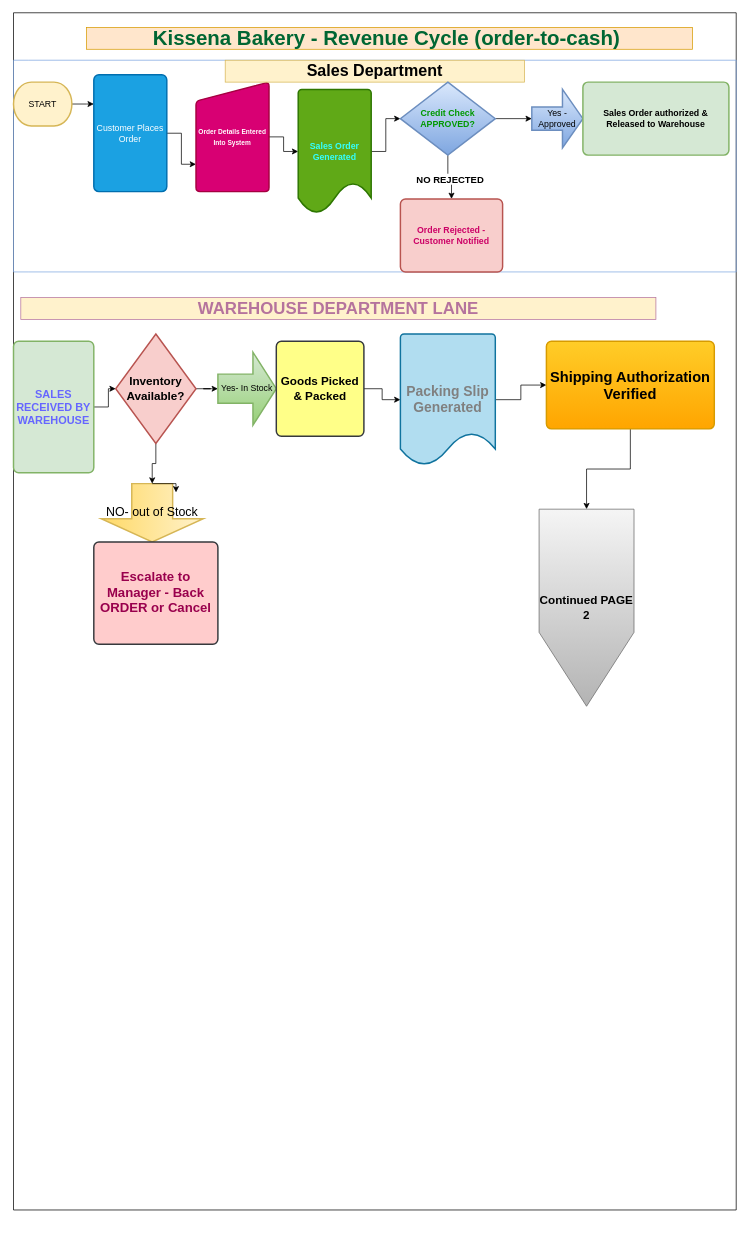
The draw.io diagram page "Page-1" (1 of 2) of Revenue_Cycle_Controls.drawio in KevalQueensCollege/drawio, before the edit. Source tidied: cells renumbered, new cells numbered last; positions are measured from the earlier drawing's top-left corner, leaving out a move shared by most shapes. Both pictures are drawn from the tidied source at 73%, with x=0, y=0 at pixel (13, 12).
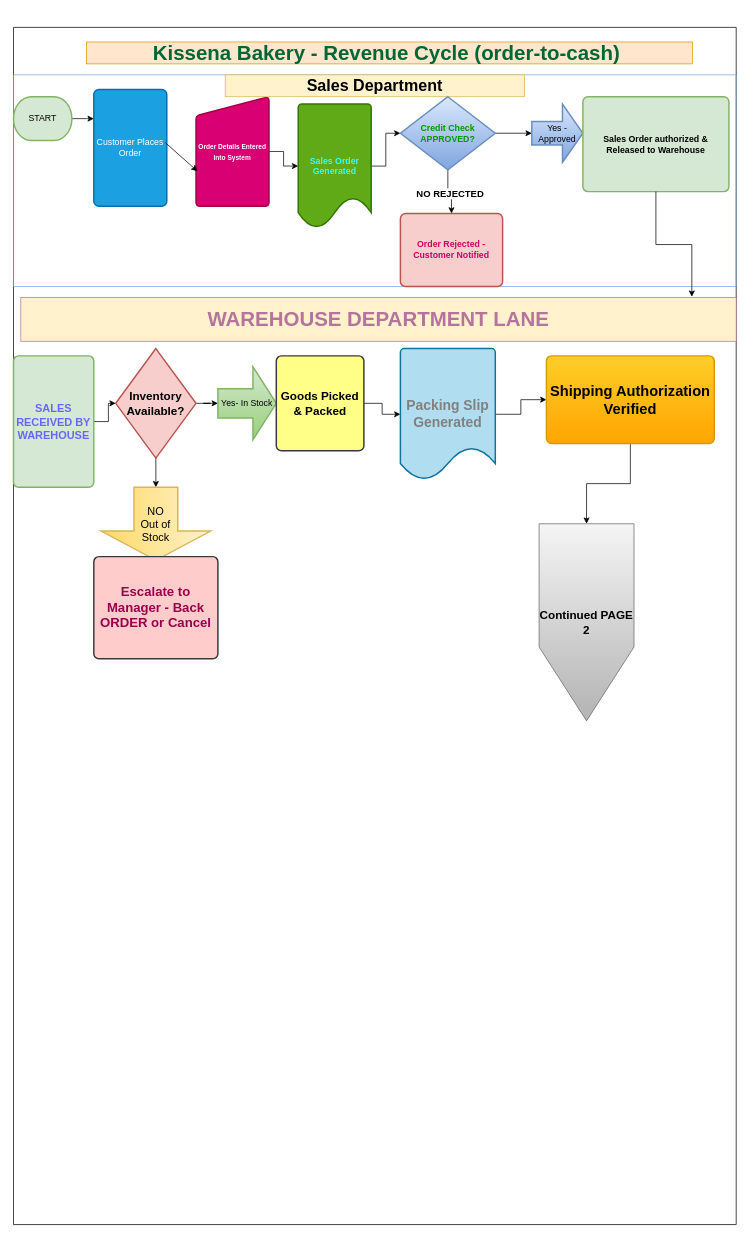
The same page after the edit.

The change refers to these unchanged cells:
```xml
<mxCell id="7" value="Customer Places Order" style="rounded=1;whiteSpace=wrap;html=1;absoluteArcSize=1;arcSize=14;strokeWidth=2;fillColor=#1ba1e2;strokeColor=#006EAF;fontColor=#ffffff;" parent="3" vertex="1">
  <mxGeometry x="110" y="20" width="100" height="160" as="geometry" />
</mxCell>
<mxCell id="9" value="&lt;font style=&quot;font-size: 9px;&quot;&gt;&lt;b&gt;Order Details Entered Into System&lt;/b&gt;&lt;/font&gt;" style="html=1;strokeWidth=2;shape=manualInput;whiteSpace=wrap;rounded=1;size=26;arcSize=11;fillColor=#d80073;fontColor=#ffffff;strokeColor=#A50040;" parent="3" vertex="1">
  <mxGeometry x="250" y="30" width="100" height="150" as="geometry" />
</mxCell>
```

What changed in the source:
```diff
@@
-    <mxCell id="2" style="swimlane;startSize=0;" parent="1" vertex="1">
-      <mxGeometry width="990" height="1640" as="geometry" />
-    </mxCell>
+    <mxCell id="39" style="swimlane;startSize=0;" parent="1" vertex="1">
+      <mxGeometry y="20" width="990" height="1640" as="geometry" />
+    </mxCell>
-    <mxCell id="3" style="swimlane;html=1;startSize=20;fontStyle=0;horizontal=0;swimlaneLine=0;fillColor=none;whiteSpace=wrap;strokeColor=#7EA6E0;" parent="2" vertex="1">
+    <mxCell id="3" style="swimlane;html=1;startSize=20;fontStyle=0;horizontal=0;swimlaneLine=0;fillColor=none;whiteSpace=wrap;strokeColor=#7EA6E0;" parent="39" vertex="1">
       <mxGeometry y="65" width="990" height="290" as="geometry" />
     </mxCell>
-    <mxCell id="4" style="edgeStyle=orthogonalEdgeStyle;rounded=0;jettySize=auto;html=1;" parent="3" edge="1" source="5">
-      <mxGeometry relative="1" as="geometry">
-        <mxPoint x="110" y="60" as="targetPoint" />
-      </mxGeometry>
-    </mxCell>
+    <mxCell id="40" style="edgeStyle=orthogonalEdgeStyle;rounded=0;jettySize=auto;html=1;" parent="3" edge="1" source="5">
+      <mxGeometry relative="1" as="geometry">
+        <mxPoint x="110" y="60" as="targetPoint" />
+      </mxGeometry>
+    </mxCell>
-    <mxCell id="5" value="START" style="strokeWidth=2;html=1;shape=mxgraph.flowchart.terminator;whiteSpace=wrap;strokeColor=#d6b656;fillColor=#fff2cc;" parent="3" vertex="1">
+    <mxCell id="5" value="START" style="strokeWidth=2;html=1;shape=mxgraph.flowchart.terminator;whiteSpace=wrap;strokeColor=#82b366;fillColor=#d5e8d4;" parent="3" vertex="1">
       <mxGeometry y="30" width="80" height="60" as="geometry" />
     </mxCell>
-    <mxCell id="6" style="edgeStyle=orthogonalEdgeStyle;rounded=0;jettySize=auto;html=1;entryX=0;entryY=0.75;entryDx=0;entryDy=0;" parent="3" edge="1" source="7" target="9">
-      <mxGeometry relative="1" as="geometry" />
-    </mxCell>
@@
     <mxCell id="19" value="&lt;b&gt;Sales Order authorized &amp;amp; Released to Warehouse&lt;/b&gt;" style="rounded=1;whiteSpace=wrap;html=1;absoluteArcSize=1;arcSize=14;strokeWidth=2;fillColor=#d5e8d4;strokeColor=#82b366;" parent="3" vertex="1">
-      <mxGeometry x="780" y="30" width="200" height="100" as="geometry" />
+      <mxGeometry x="780" y="30" width="200" height="130" as="geometry" />
     </mxCell>
+    <mxCell id="6" style="endArrow=classic;html=1;rounded=0;exitX=0.98;exitY=0.456;exitDx=0;exitDy=0;exitPerimeter=0;entryX=0.02;entryY=0.68;entryDx=0;entryDy=0;entryPerimeter=0;" parent="3" edge="1" source="7" target="9">
+      <mxGeometry relative="1" as="geometry" />
+    </mxCell>
-    <mxCell id="20" value="&lt;b&gt;&lt;font style=&quot;color: rgb(0, 102, 51); font-size: 28px;&quot;&gt;Kissena Bakery - Revenue Cycle (order-to-cash)&amp;nbsp;&lt;/font&gt;&lt;/b&gt;" style="text;html=1;whiteSpace=wrap;strokeColor=#d79b00;fillColor=#ffe6cc;align=center;verticalAlign=middle;rounded=0;" parent="2" vertex="1">
+    <mxCell id="20" value="&lt;b&gt;&lt;font style=&quot;color: rgb(0, 102, 51); font-size: 28px;&quot;&gt;Kissena Bakery - Revenue Cycle (order-to-cash)&amp;nbsp;&lt;/font&gt;&lt;/b&gt;" style="text;html=1;whiteSpace=wrap;strokeColor=#d79b00;fillColor=#ffe6cc;align=center;verticalAlign=middle;rounded=0;" parent="39" vertex="1">
       <mxGeometry x="100" y="20" width="830" height="30" as="geometry" />
     </mxCell>
-    <mxCell id="21" style="edgeStyle=orthogonalEdgeStyle;rounded=0;jettySize=auto;html=1;" parent="2" edge="1" source="22" target="26">
+    <mxCell id="21" style="edgeStyle=orthogonalEdgeStyle;rounded=0;jettySize=auto;html=1;" parent="39" edge="1" source="22" target="26">
       <mxGeometry relative="1" as="geometry" />
     </mxCell>
-    <mxCell id="22" value="&lt;b style=&quot;color: rgb(102, 102, 255);&quot;&gt;&lt;font style=&quot;font-size: 15px;&quot;&gt;SALES RECEIVED BY WAREHOUSE&lt;/font&gt;&lt;/b&gt;" style="rounded=1;whiteSpace=wrap;html=1;absoluteArcSize=1;arcSize=14;strokeWidth=2;fillColor=#d5e8d4;strokeColor=#82b366;" parent="2" vertex="1">
+    <mxCell id="22" value="&lt;b style=&quot;color: rgb(102, 102, 255);&quot;&gt;&lt;font style=&quot;font-size: 15px;&quot;&gt;SALES RECEIVED BY WAREHOUSE&lt;/font&gt;&lt;/b&gt;" style="rounded=1;whiteSpace=wrap;html=1;absoluteArcSize=1;arcSize=14;strokeWidth=2;fillColor=#d5e8d4;strokeColor=#82b366;" parent="39" vertex="1">
       <mxGeometry y="450" width="110" height="180" as="geometry" />
     </mxCell>
-    <mxCell id="23" style="edgeStyle=orthogonalEdgeStyle;rounded=0;jettySize=auto;html=1;" parent="2" edge="1" source="26" target="27">
+    <mxCell id="23" style="edgeStyle=orthogonalEdgeStyle;rounded=0;jettySize=auto;html=1;" parent="39" edge="1" source="26" target="27">
       <mxGeometry relative="1" as="geometry" />
     </mxCell>
-    <mxCell id="24" style="edgeStyle=orthogonalEdgeStyle;rounded=0;jettySize=auto;html=1;" parent="2" edge="1" source="26" target="28">
-      <mxGeometry relative="1" as="geometry" />
-    </mxCell>
-    <mxCell id="25" style="edgeStyle=orthogonalEdgeStyle;rounded=0;jettySize=auto;html=1;exitX=1;exitY=0.5;exitDx=0;exitDy=0;exitPerimeter=0;" parent="2" edge="1" source="26">
-      <mxGeometry relative="1" as="geometry">
-        <mxPoint x="250" y="515.3" as="targetPoint" />
-      </mxGeometry>
-    </mxCell>
+    <mxCell id="41" style="edgeStyle=orthogonalEdgeStyle;rounded=0;jettySize=auto;html=1;" parent="39" edge="1" source="26" target="43">
+      <mxGeometry relative="1" as="geometry" />
+    </mxCell>
+    <mxCell id="42" style="edgeStyle=orthogonalEdgeStyle;rounded=0;jettySize=auto;html=1;exitX=1;exitY=0.5;exitDx=0;exitDy=0;exitPerimeter=0;" parent="39" edge="1" source="26">
+      <mxGeometry relative="1" as="geometry">
+        <mxPoint x="250" y="515.3" as="targetPoint" />
+      </mxGeometry>
+    </mxCell>
-    <mxCell id="26" value="&lt;b&gt;&lt;font style=&quot;font-size: 16px;&quot;&gt;Inventory Available?&lt;/font&gt;&lt;/b&gt;" style="strokeWidth=2;html=1;shape=mxgraph.flowchart.decision;whiteSpace=wrap;fillColor=#f8cecc;strokeColor=#b85450;" parent="2" vertex="1">
+    <mxCell id="26" value="&lt;b&gt;&lt;font style=&quot;font-size: 16px;&quot;&gt;Inventory Available?&lt;/font&gt;&lt;/b&gt;" style="strokeWidth=2;html=1;shape=mxgraph.flowchart.decision;whiteSpace=wrap;fillColor=#f8cecc;strokeColor=#b85450;" parent="39" vertex="1">
       <mxGeometry x="140" y="440" width="110" height="150" as="geometry" />
     </mxCell>
-    <mxCell id="27" value="Yes- In Stock" style="shape=singleArrow;whiteSpace=wrap;html=1;arrowWidth=0.4;arrowSize=0.4;fillColor=#d5e8d4;strokeColor=#82b366;strokeWidth=2;gradientColor=#97d077;" parent="2" vertex="1">
+    <mxCell id="27" value="Yes- In Stock" style="shape=singleArrow;whiteSpace=wrap;html=1;arrowWidth=0.4;arrowSize=0.4;fillColor=#d5e8d4;strokeColor=#82b366;strokeWidth=2;gradientColor=#97d077;" parent="39" vertex="1">
       <mxGeometry x="280" y="465" width="80" height="100" as="geometry" />
     </mxCell>
-    <mxCell id="28" value="&lt;font style=&quot;font-size: 17px;&quot;&gt;NO- out of Stock&lt;/font&gt;" style="shape=singleArrow;whiteSpace=wrap;html=1;arrowWidth=0.4;arrowSize=0.4;fillColor=#fff2cc;strokeColor=#d6b656;strokeWidth=2;direction=south;gradientColor=#ffd966;" parent="2" vertex="1">
-      <mxGeometry x="120" y="645" width="140" height="80" as="geometry" />
-    </mxCell>
+    <mxCell id="43" value="&lt;font style=&quot;font-size: 15px;&quot;&gt;NO&lt;/font&gt;&lt;div&gt;&lt;font style=&quot;font-size: 15px;&quot;&gt;Out of&lt;/font&gt;&lt;/div&gt;&lt;div&gt;&lt;font style=&quot;font-size: 15px;&quot;&gt;Stock&lt;/font&gt;&lt;/div&gt;" style="shape=singleArrow;whiteSpace=wrap;html=1;arrowWidth=0.4;arrowSize=0.4;fillColor=#fff2cc;strokeColor=#d6b656;strokeWidth=2;direction=south;gradientColor=#ffd966;" parent="39" vertex="1">
+      <mxGeometry x="120" y="630" width="150" height="100" as="geometry" />
+    </mxCell>
-    <mxCell id="29" value="&lt;b style=&quot;color: rgb(153, 0, 77);&quot;&gt;&lt;font style=&quot;font-size: 18px;&quot;&gt;Escalate to Manager - Back ORDER or Cancel&lt;/font&gt;&lt;/b&gt;" style="rounded=1;whiteSpace=wrap;html=1;absoluteArcSize=1;arcSize=14;strokeWidth=2;fillColor=#ffcccc;strokeColor=#36393d;" parent="2" vertex="1">
+    <mxCell id="29" value="&lt;b style=&quot;color: rgb(153, 0, 77);&quot;&gt;&lt;font style=&quot;font-size: 18px;&quot;&gt;Escalate to Manager - Back ORDER or Cancel&lt;/font&gt;&lt;/b&gt;" style="rounded=1;whiteSpace=wrap;html=1;absoluteArcSize=1;arcSize=14;strokeWidth=2;fillColor=#ffcccc;strokeColor=#36393d;" parent="39" vertex="1">
       <mxGeometry x="110" y="725" width="170" height="140" as="geometry" />
     </mxCell>
-    <mxCell id="30" style="edgeStyle=orthogonalEdgeStyle;rounded=0;jettySize=auto;html=1;" parent="2" edge="1" source="31" target="33">
+    <mxCell id="30" style="edgeStyle=orthogonalEdgeStyle;rounded=0;jettySize=auto;html=1;" parent="39" edge="1" source="31" target="33">
       <mxGeometry relative="1" as="geometry" />
     </mxCell>
-    <mxCell id="31" value="&lt;b&gt;&lt;font style=&quot;font-size: 16px;&quot;&gt;Goods Picked &amp;amp; Packed&lt;/font&gt;&lt;/b&gt;" style="rounded=1;whiteSpace=wrap;html=1;absoluteArcSize=1;arcSize=14;strokeWidth=2;fillColor=#ffff88;strokeColor=#36393d;" parent="2" vertex="1">
+    <mxCell id="31" value="&lt;b&gt;&lt;font style=&quot;font-size: 16px;&quot;&gt;Goods Picked &amp;amp; Packed&lt;/font&gt;&lt;/b&gt;" style="rounded=1;whiteSpace=wrap;html=1;absoluteArcSize=1;arcSize=14;strokeWidth=2;fillColor=#ffff88;strokeColor=#36393d;" parent="39" vertex="1">
       <mxGeometry x="360" y="450" width="120" height="130" as="geometry" />
     </mxCell>
-    <mxCell id="32" style="edgeStyle=orthogonalEdgeStyle;rounded=0;jettySize=auto;html=1;" parent="2" edge="1" source="33" target="35">
+    <mxCell id="32" style="edgeStyle=orthogonalEdgeStyle;rounded=0;jettySize=auto;html=1;" parent="39" edge="1" source="33" target="35">
       <mxGeometry relative="1" as="geometry" />
     </mxCell>
-    <mxCell id="33" value="&lt;b style=&quot;color: rgb(128, 128, 128);&quot;&gt;&lt;font style=&quot;font-size: 19px;&quot;&gt;Packing Slip Generated&lt;/font&gt;&lt;/b&gt;" style="strokeWidth=2;html=1;shape=mxgraph.flowchart.document2;whiteSpace=wrap;size=0.25;fillColor=#b1ddf0;strokeColor=#10739e;" parent="2" vertex="1">
+    <mxCell id="33" value="&lt;b style=&quot;color: rgb(128, 128, 128);&quot;&gt;&lt;font style=&quot;font-size: 19px;&quot;&gt;Packing Slip Generated&lt;/font&gt;&lt;/b&gt;" style="strokeWidth=2;html=1;shape=mxgraph.flowchart.document2;whiteSpace=wrap;size=0.25;fillColor=#b1ddf0;strokeColor=#10739e;" parent="39" vertex="1">
       <mxGeometry x="530" y="440" width="130" height="180" as="geometry" />
     </mxCell>
-    <mxCell id="34" style="edgeStyle=orthogonalEdgeStyle;rounded=0;jettySize=auto;html=1;" parent="2" edge="1" source="35" target="36">
+    <mxCell id="34" style="edgeStyle=orthogonalEdgeStyle;rounded=0;jettySize=auto;html=1;" parent="39" edge="1" source="35" target="36">
       <mxGeometry relative="1" as="geometry" />
     </mxCell>
-    <mxCell id="35" value="&lt;b style=&quot;color: rgb(0, 0, 0);&quot;&gt;&lt;font style=&quot;font-size: 20px;&quot;&gt;Shipping Authorization Verified&lt;/font&gt;&lt;/b&gt;" style="rounded=1;whiteSpace=wrap;html=1;absoluteArcSize=1;arcSize=14;strokeWidth=2;fillColor=#ffcd28;strokeColor=#d79b00;gradientColor=#ffa500;" parent="2" vertex="1">
+    <mxCell id="35" value="&lt;b style=&quot;color: rgb(0, 0, 0);&quot;&gt;&lt;font style=&quot;font-size: 20px;&quot;&gt;Shipping Authorization Verified&lt;/font&gt;&lt;/b&gt;" style="rounded=1;whiteSpace=wrap;html=1;absoluteArcSize=1;arcSize=14;strokeWidth=2;fillColor=#ffcd28;strokeColor=#d79b00;gradientColor=#ffa500;" parent="39" vertex="1">
       <mxGeometry x="730" y="450" width="230" height="120" as="geometry" />
     </mxCell>
-    <mxCell id="36" value="&lt;b&gt;&lt;font style=&quot;font-size: 16px;&quot;&gt;Continued PAGE 2&lt;/font&gt;&lt;/b&gt;" style="shape=offPageConnector;whiteSpace=wrap;html=1;fillColor=#f5f5f5;gradientColor=#b3b3b3;strokeColor=#666666;" parent="2" vertex="1">
+    <mxCell id="36" value="&lt;b&gt;&lt;font style=&quot;font-size: 16px;&quot;&gt;Continued PAGE 2&lt;/font&gt;&lt;/b&gt;" style="shape=offPageConnector;whiteSpace=wrap;html=1;fillColor=#f5f5f5;gradientColor=#b3b3b3;strokeColor=#666666;" parent="39" vertex="1">
       <mxGeometry x="720" y="680" width="130" height="270" as="geometry" />
     </mxCell>
-    <mxCell id="37" style="edgeStyle=orthogonalEdgeStyle;rounded=0;orthogonalLoop=1;jettySize=auto;html=1;exitX=0;exitY=0.5;exitDx=0;exitDy=0;exitPerimeter=0;entryX=0.15;entryY=0.267;entryDx=0;entryDy=0;entryPerimeter=0;" parent="2" edge="1" source="28" target="28">
-      <mxGeometry relative="1" as="geometry" />
-    </mxCell>
-    <mxCell id="38" value="&lt;p&gt;&lt;b&gt;&lt;font style=&quot;color: light-dark(rgb(181, 115, 157), rgb(237, 237, 237)); font-size: 23px;&quot;&gt;WAREHOUSE DEPARTMENT LANE&lt;/font&gt;&lt;/b&gt;&lt;/p&gt;" style="text;html=1;whiteSpace=wrap;strokeColor=#B5739D;fillColor=#fff2cc;align=center;verticalAlign=middle;rounded=0;" parent="1" vertex="1">
-      <mxGeometry x="10" y="390" width="870" height="30" as="geometry" />
+    <mxCell id="38" value="&lt;p&gt;&lt;b&gt;&lt;font style=&quot;color: light-dark(rgb(181, 115, 157), rgb(237, 237, 237)); font-size: 28px;&quot;&gt;WAREHOUSE DEPARTMENT LANE&lt;/font&gt;&lt;/b&gt;&lt;/p&gt;" style="text;html=1;whiteSpace=wrap;strokeColor=#B5739D;fillColor=#fff2cc;align=center;verticalAlign=middle;rounded=0;" parent="1" vertex="1">
+      <mxGeometry x="10" y="390" width="980" height="60" as="geometry" />
     </mxCell>
+    <mxCell id="44" style="edgeStyle=orthogonalEdgeStyle;rounded=0;jettySize=auto;html=1;entryX=0.938;entryY=-0.017;entryDx=0;entryDy=0;entryPerimeter=0;" parent="1" edge="1" source="19" target="38">
+      <mxGeometry relative="1" as="geometry" />
+    </mxCell>
```
